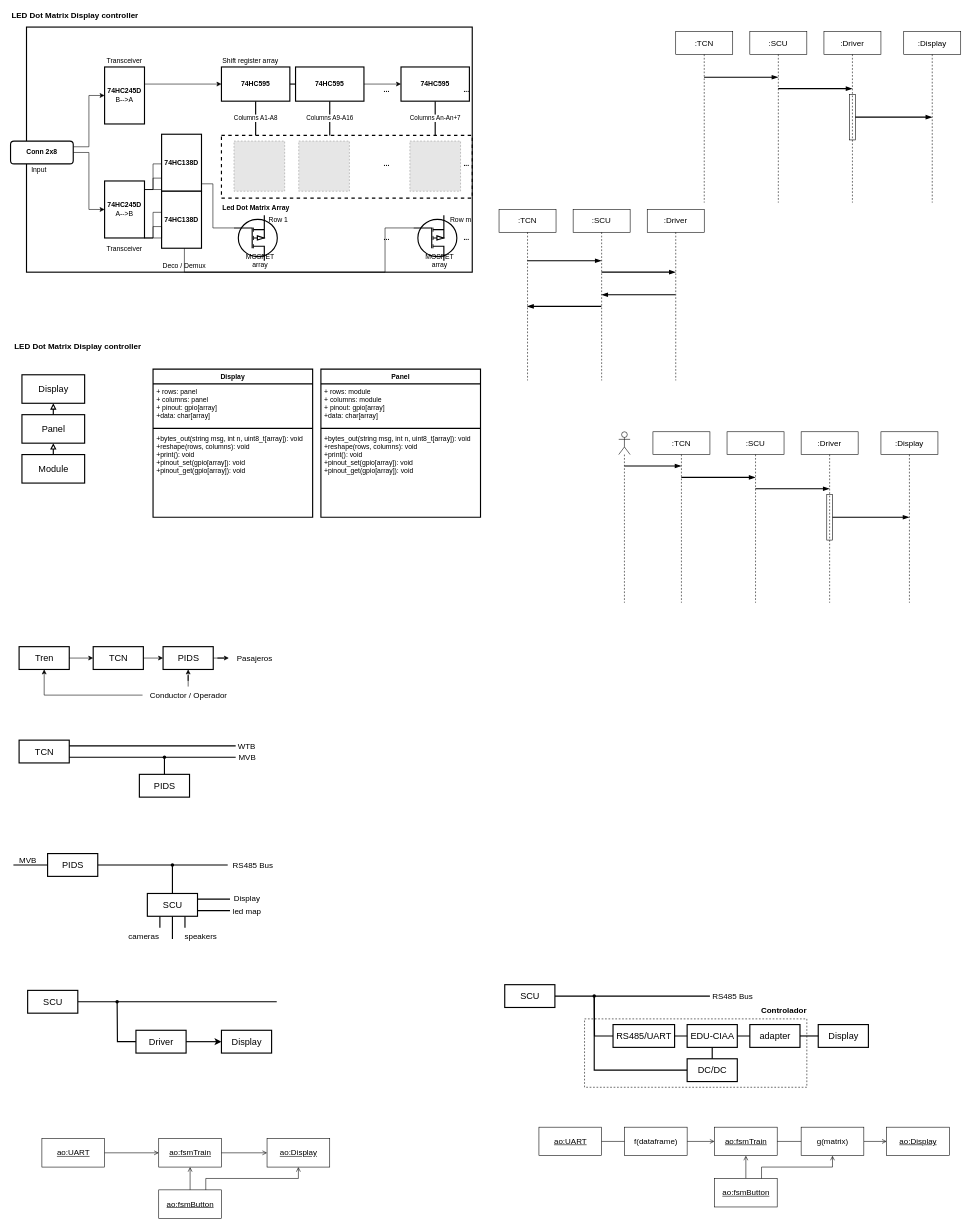
The draw.io diagram Pics/Diagrams/blockDiagram.drawio in charlieromano/PIDS, before the edit. Source tidied: cells renumbered, new cells numbered last; positions are measured from the earlier drawing's top-left corner, leaving out a move shared by most shapes. Both pictures are drawn from the tidied source at 57%, with x=0, y=0 at pixel (10, 10). Pictures stored in the file or linked from it are replaced by grey dashed boxes.
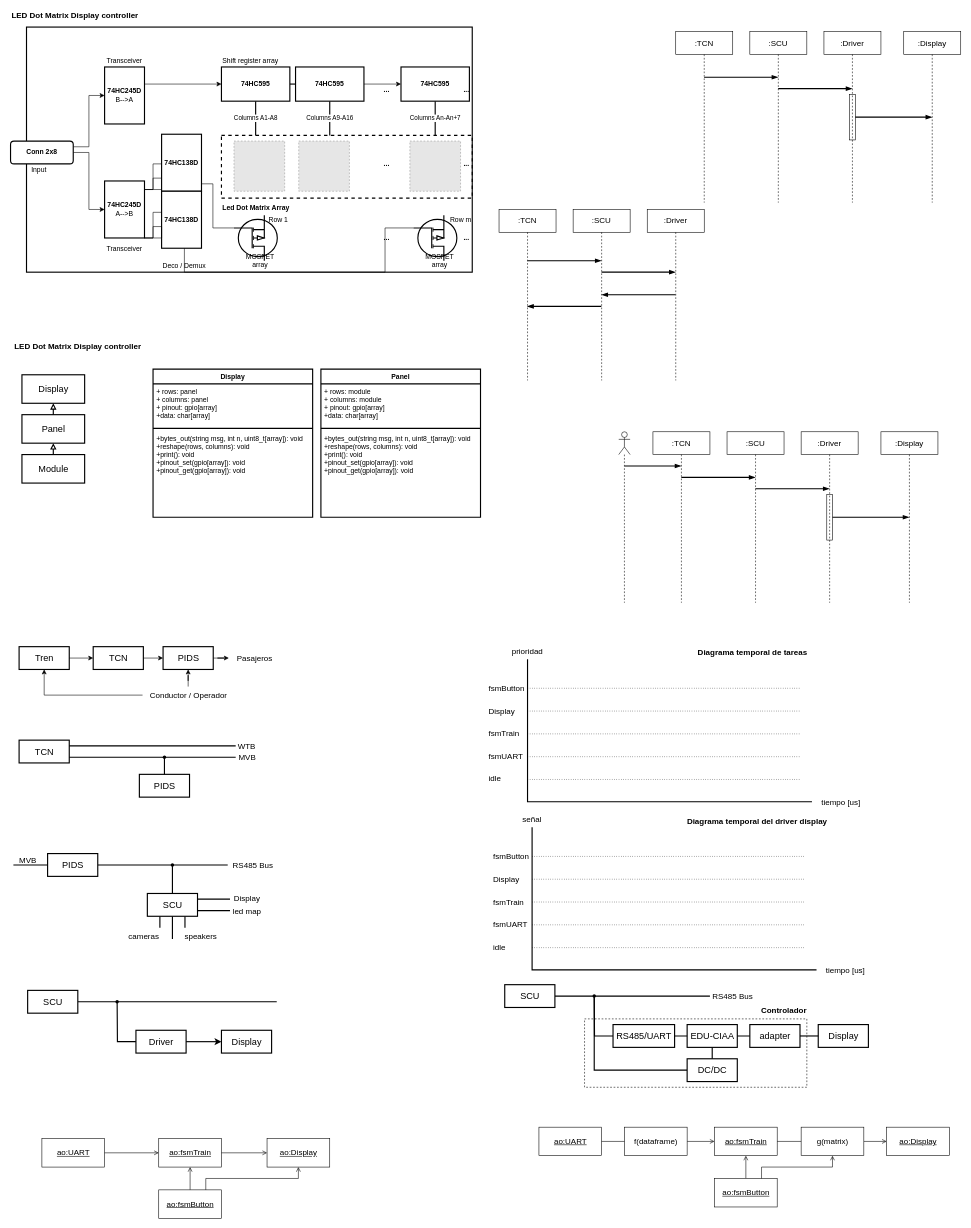
Above is the later version.

The edit, as a diff of the source:
```diff
@@
+    <mxCell id="179" style="shape=partialRectangle;whiteSpace=wrap;html=1;top=0;left=0;fillColor=none;strokeWidth=2;fontSize=14;flipH=1;" parent="1" vertex="1">
+      <mxGeometry x="907" y="1140" width="498" height="249" as="geometry" />
+    </mxCell>
@@
+    <mxCell id="180" value="Diagrama temporal de tareas" style="text;align=center;fontStyle=1;verticalAlign=middle;spacingLeft=3;spacingRight=3;strokeColor=none;strokeWidth=2;fontSize=14;fillColor=none;" parent="1" vertex="1">
+      <mxGeometry x="1217" y="1114" width="170" height="26" as="geometry" />
+    </mxCell>
+    <mxCell id="181" style="endArrow=none;dashed=1;html=1;dashPattern=1 3;strokeWidth=1;rounded=0;fontSize=14;" parent="1" edge="1">
+      <mxGeometry relative="1" as="geometry">
+        <mxPoint x="907" y="1230" as="sourcePoint" />
+        <mxPoint x="1387" y="1230" as="targetPoint" />
+      </mxGeometry>
+    </mxCell>
+    <mxCell id="182" style="endArrow=none;dashed=1;html=1;dashPattern=1 3;strokeWidth=1;rounded=0;fontSize=14;" parent="1" edge="1">
+      <mxGeometry relative="1" as="geometry">
+        <mxPoint x="907" y="1270" as="sourcePoint" />
+        <mxPoint x="1387" y="1270" as="targetPoint" />
+      </mxGeometry>
+    </mxCell>
+    <mxCell id="183" style="endArrow=none;dashed=1;html=1;dashPattern=1 3;strokeWidth=1;rounded=0;fontSize=14;" parent="1" edge="1">
+      <mxGeometry relative="1" as="geometry">
+        <mxPoint x="907" y="1310" as="sourcePoint" />
+        <mxPoint x="1387" y="1310" as="targetPoint" />
+      </mxGeometry>
+    </mxCell>
+    <mxCell id="184" style="endArrow=none;dashed=1;html=1;dashPattern=1 3;strokeWidth=1;rounded=0;fontSize=14;" parent="1" edge="1">
+      <mxGeometry relative="1" as="geometry">
+        <mxPoint x="907" y="1350" as="sourcePoint" />
+        <mxPoint x="1387" y="1350" as="targetPoint" />
+      </mxGeometry>
+    </mxCell>
+    <mxCell id="185" style="endArrow=none;dashed=1;html=1;dashPattern=1 3;strokeWidth=1;rounded=0;fontSize=14;" parent="1" edge="1">
+      <mxGeometry relative="1" as="geometry">
+        <mxPoint x="907" y="1190" as="sourcePoint" />
+        <mxPoint x="1387" y="1190" as="targetPoint" />
+      </mxGeometry>
+    </mxCell>
+    <mxCell id="186" value="prioridad" style="text;html=1;strokeColor=none;fillColor=none;align=center;verticalAlign=middle;whiteSpace=wrap;rounded=0;strokeWidth=2;fontSize=14;" parent="1" vertex="1">
+      <mxGeometry x="877" y="1110" width="60" height="30" as="geometry" />
+    </mxCell>
+    <mxCell id="187" value="tiempo [us]" style="text;html=1;strokeColor=none;fillColor=none;align=center;verticalAlign=middle;whiteSpace=wrap;rounded=0;strokeWidth=2;fontSize=14;" parent="1" vertex="1">
+      <mxGeometry x="1417" y="1375" width="80" height="30" as="geometry" />
+    </mxCell>
+    <mxCell id="188" value="fsmTrain" style="text;html=1;strokeColor=none;fillColor=none;align=left;verticalAlign=middle;whiteSpace=wrap;rounded=0;strokeWidth=2;fontSize=14;" parent="1" vertex="1">
+      <mxGeometry x="837" y="1254.5" width="60" height="30" as="geometry" />
+    </mxCell>
+    <mxCell id="189" value="fsmButton" style="text;html=1;strokeColor=none;fillColor=none;align=left;verticalAlign=middle;whiteSpace=wrap;rounded=0;strokeWidth=2;fontSize=14;" parent="1" vertex="1">
+      <mxGeometry x="837" y="1175" width="60" height="30" as="geometry" />
+    </mxCell>
+    <mxCell id="190" value="Display" style="text;html=1;strokeColor=none;fillColor=none;align=left;verticalAlign=middle;whiteSpace=wrap;rounded=0;strokeWidth=2;fontSize=14;" parent="1" vertex="1">
+      <mxGeometry x="837" y="1215" width="60" height="30" as="geometry" />
+    </mxCell>
+    <mxCell id="191" value="idle" style="text;html=1;strokeColor=none;fillColor=none;align=left;verticalAlign=middle;whiteSpace=wrap;rounded=0;strokeWidth=2;fontSize=14;" parent="1" vertex="1">
+      <mxGeometry x="837" y="1334" width="60" height="30" as="geometry" />
+    </mxCell>
+    <mxCell id="192" value="fsmUART" style="text;html=1;strokeColor=none;fillColor=none;align=left;verticalAlign=middle;whiteSpace=wrap;rounded=0;strokeWidth=2;fontSize=14;" parent="1" vertex="1">
+      <mxGeometry x="837" y="1294" width="60" height="30" as="geometry" />
+    </mxCell>
+    <mxCell id="193" style="shape=partialRectangle;whiteSpace=wrap;html=1;top=0;left=0;fillColor=none;strokeWidth=2;fontSize=14;flipH=1;" parent="1" vertex="1">
+      <mxGeometry x="915" y="1435" width="498" height="249" as="geometry" />
+    </mxCell>
+    <mxCell id="194" value="Diagrama temporal del driver display" style="text;align=center;fontStyle=1;verticalAlign=middle;spacingLeft=3;spacingRight=3;strokeColor=none;strokeWidth=2;fontSize=14;fillColor=none;" parent="1" vertex="1">
+      <mxGeometry x="1225" y="1409" width="170" height="26" as="geometry" />
+    </mxCell>
+    <mxCell id="195" style="endArrow=none;dashed=1;html=1;dashPattern=1 3;strokeWidth=1;rounded=0;fontSize=14;" parent="1" edge="1">
+      <mxGeometry relative="1" as="geometry">
+        <mxPoint x="915" y="1525" as="sourcePoint" />
+        <mxPoint x="1395" y="1525" as="targetPoint" />
+      </mxGeometry>
+    </mxCell>
+    <mxCell id="196" style="endArrow=none;dashed=1;html=1;dashPattern=1 3;strokeWidth=1;rounded=0;fontSize=14;" parent="1" edge="1">
+      <mxGeometry relative="1" as="geometry">
+        <mxPoint x="915" y="1565" as="sourcePoint" />
+        <mxPoint x="1395" y="1565" as="targetPoint" />
+      </mxGeometry>
+    </mxCell>
+    <mxCell id="197" style="endArrow=none;dashed=1;html=1;dashPattern=1 3;strokeWidth=1;rounded=0;fontSize=14;" parent="1" edge="1">
+      <mxGeometry relative="1" as="geometry">
+        <mxPoint x="915" y="1605" as="sourcePoint" />
+        <mxPoint x="1395" y="1605" as="targetPoint" />
+      </mxGeometry>
+    </mxCell>
+    <mxCell id="198" style="endArrow=none;dashed=1;html=1;dashPattern=1 3;strokeWidth=1;rounded=0;fontSize=14;" parent="1" edge="1">
+      <mxGeometry relative="1" as="geometry">
+        <mxPoint x="915" y="1645" as="sourcePoint" />
+        <mxPoint x="1395" y="1645" as="targetPoint" />
+      </mxGeometry>
+    </mxCell>
+    <mxCell id="199" style="endArrow=none;dashed=1;html=1;dashPattern=1 3;strokeWidth=1;rounded=0;fontSize=14;" parent="1" edge="1">
+      <mxGeometry relative="1" as="geometry">
+        <mxPoint x="915" y="1485" as="sourcePoint" />
+        <mxPoint x="1395" y="1485" as="targetPoint" />
+      </mxGeometry>
+    </mxCell>
+    <mxCell id="200" value="señal" style="text;html=1;strokeColor=none;fillColor=none;align=center;verticalAlign=middle;whiteSpace=wrap;rounded=0;strokeWidth=2;fontSize=14;" parent="1" vertex="1">
+      <mxGeometry x="885" y="1405" width="60" height="30" as="geometry" />
+    </mxCell>
+    <mxCell id="201" value="tiempo [us]" style="text;html=1;strokeColor=none;fillColor=none;align=center;verticalAlign=middle;whiteSpace=wrap;rounded=0;strokeWidth=2;fontSize=14;" parent="1" vertex="1">
+      <mxGeometry x="1425" y="1670" width="80" height="30" as="geometry" />
+    </mxCell>
+    <mxCell id="202" value="fsmTrain" style="text;html=1;strokeColor=none;fillColor=none;align=left;verticalAlign=middle;whiteSpace=wrap;rounded=0;strokeWidth=2;fontSize=14;" parent="1" vertex="1">
+      <mxGeometry x="845" y="1549.5" width="60" height="30" as="geometry" />
+    </mxCell>
+    <mxCell id="203" value="fsmButton" style="text;html=1;strokeColor=none;fillColor=none;align=left;verticalAlign=middle;whiteSpace=wrap;rounded=0;strokeWidth=2;fontSize=14;" parent="1" vertex="1">
+      <mxGeometry x="845" y="1470" width="60" height="30" as="geometry" />
+    </mxCell>
+    <mxCell id="204" value="Display" style="text;html=1;strokeColor=none;fillColor=none;align=left;verticalAlign=middle;whiteSpace=wrap;rounded=0;strokeWidth=2;fontSize=14;" parent="1" vertex="1">
+      <mxGeometry x="845" y="1510" width="60" height="30" as="geometry" />
+    </mxCell>
+    <mxCell id="205" value="idle" style="text;html=1;strokeColor=none;fillColor=none;align=left;verticalAlign=middle;whiteSpace=wrap;rounded=0;strokeWidth=2;fontSize=14;" parent="1" vertex="1">
+      <mxGeometry x="845" y="1629" width="60" height="30" as="geometry" />
+    </mxCell>
+    <mxCell id="206" value="fsmUART" style="text;html=1;strokeColor=none;fillColor=none;align=left;verticalAlign=middle;whiteSpace=wrap;rounded=0;strokeWidth=2;fontSize=14;" parent="1" vertex="1">
+      <mxGeometry x="845" y="1589" width="60" height="30" as="geometry" />
+    </mxCell>
```
